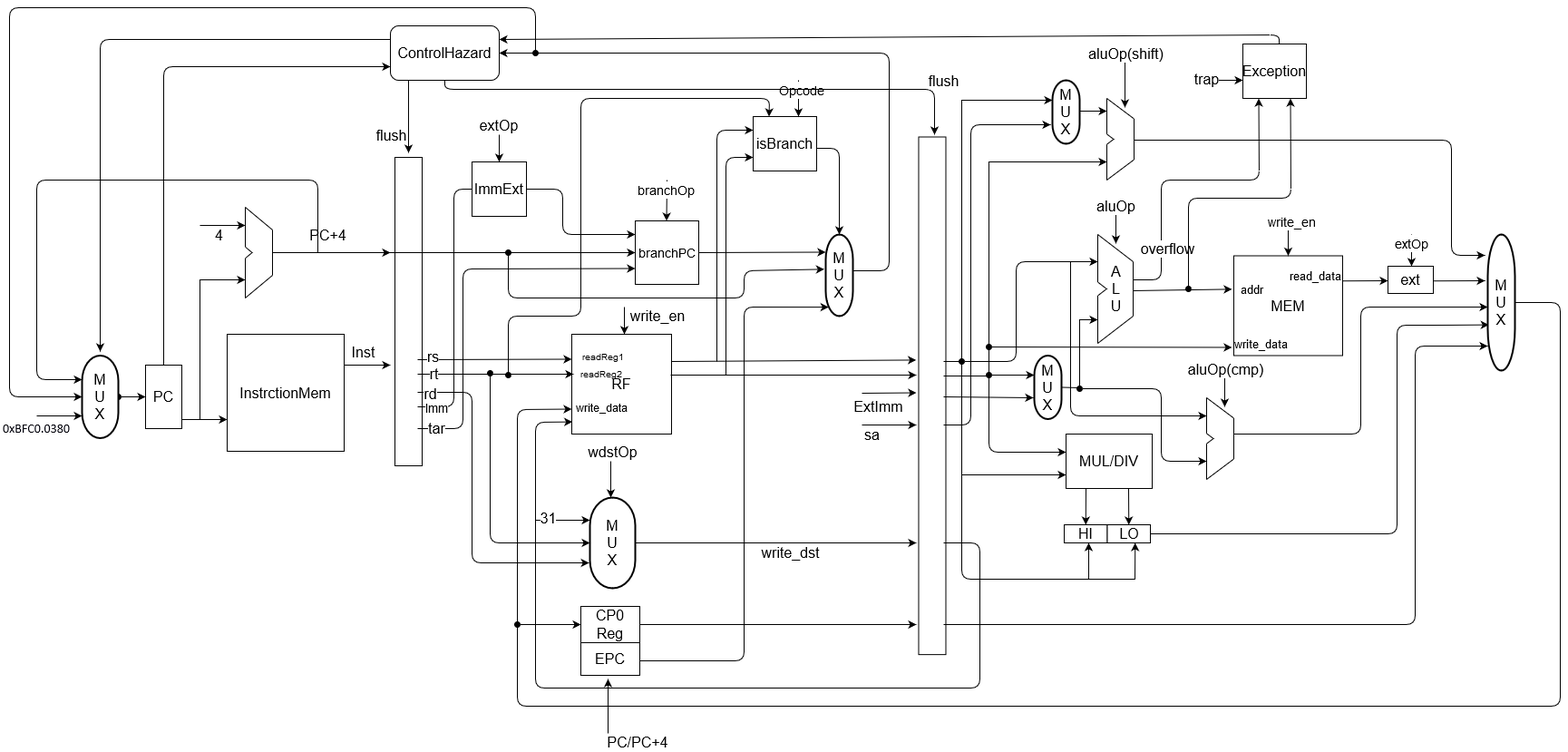
Anlarry/coaa keeps this draw.io diagram as Phase2/3-stages-pipeline.png. Above is the earlier version. Source tidied: cells renumbered, new cells last; positions are measured from the earlier drawing's top-left corner, leaving out a move shared by most shapes.
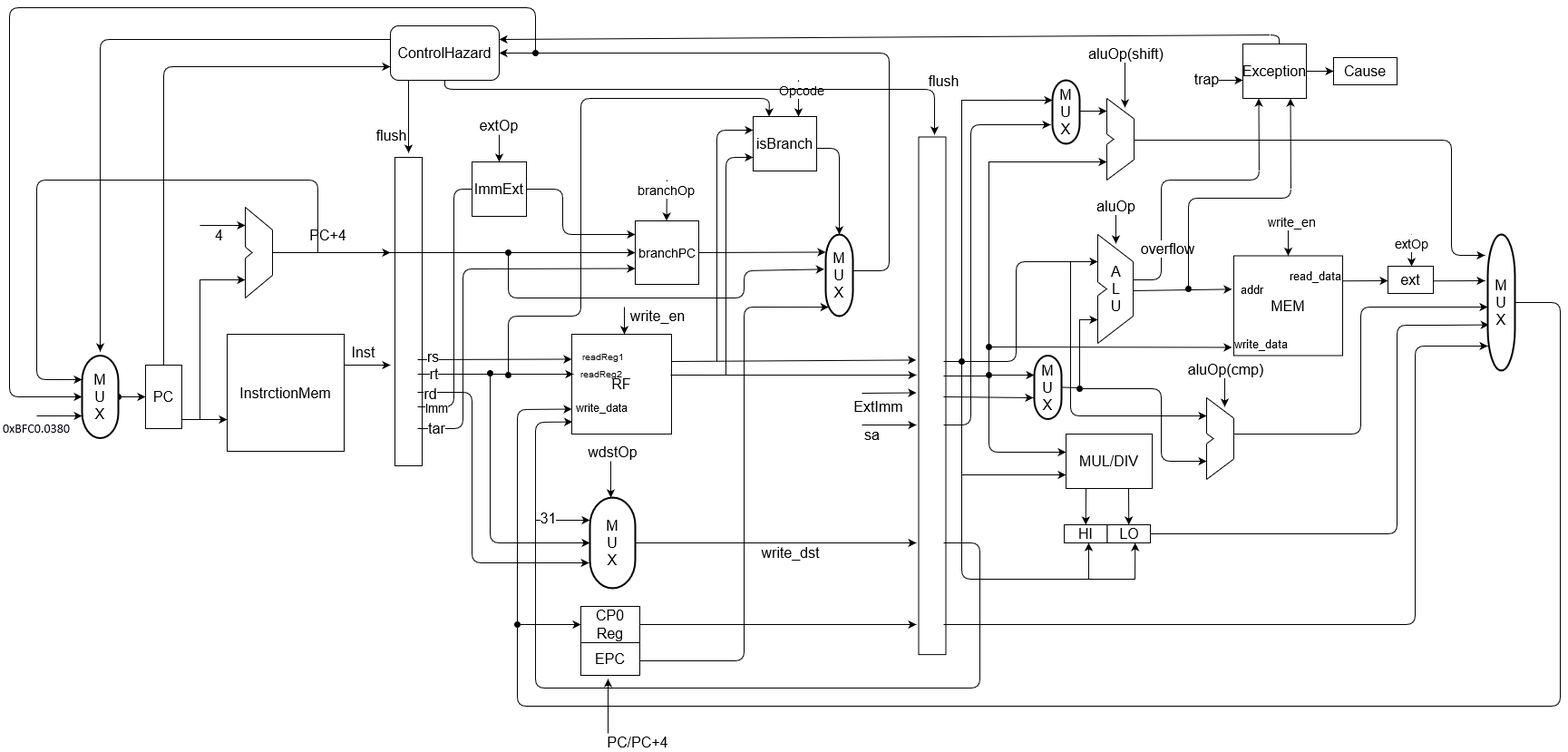
Above is the later version.

What changed in the source:
```diff
@@ -990,5 +990,13 @@
     <mxCell id="176" value="trap" style="edgeLabel;html=1;align=center;verticalAlign=middle;fontSize=16;" parent="175" vertex="1">
       <mxGeometry x="-0.64" y="2" relative="1" as="geometry" />
     </mxCell>
+    <mxCell id="177" value="&lt;font style=&quot;font-size: 16px&quot;&gt;Cause&lt;/font&gt;" style="rounded=0;whiteSpace=wrap;html=1;" parent="1" vertex="1">
+      <mxGeometry x="1470" y="55" width="70" height="30" as="geometry" />
+    </mxCell>
+    <mxCell id="178" style="endArrow=classic;html=1;exitX=1;exitY=0.5;exitDx=0;exitDy=0;" parent="1" edge="1" source="164">
+      <mxGeometry relative="1" as="geometry">
+        <mxPoint x="1470" y="70" as="targetPoint" />
+      </mxGeometry>
+    </mxCell>
   </root>
 </mxGraphModel>
```
